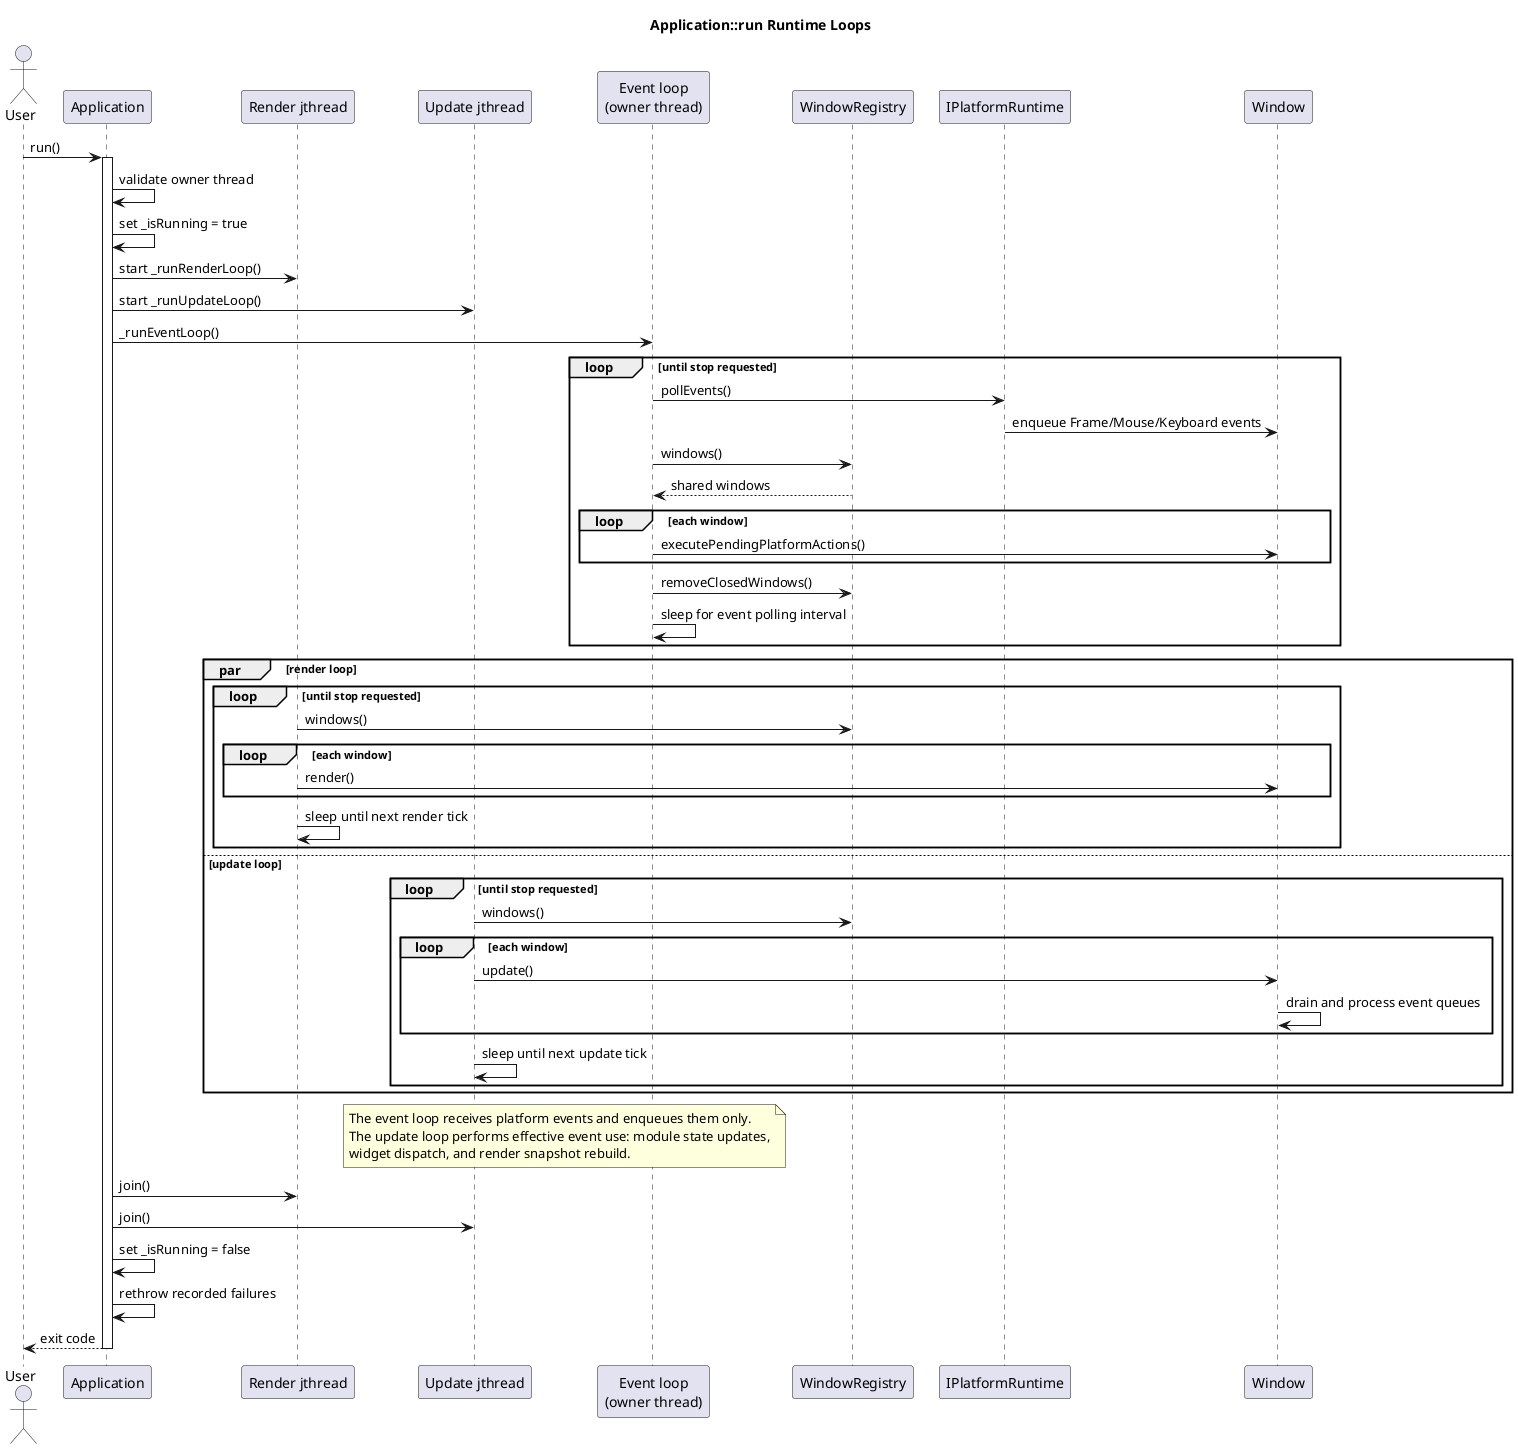
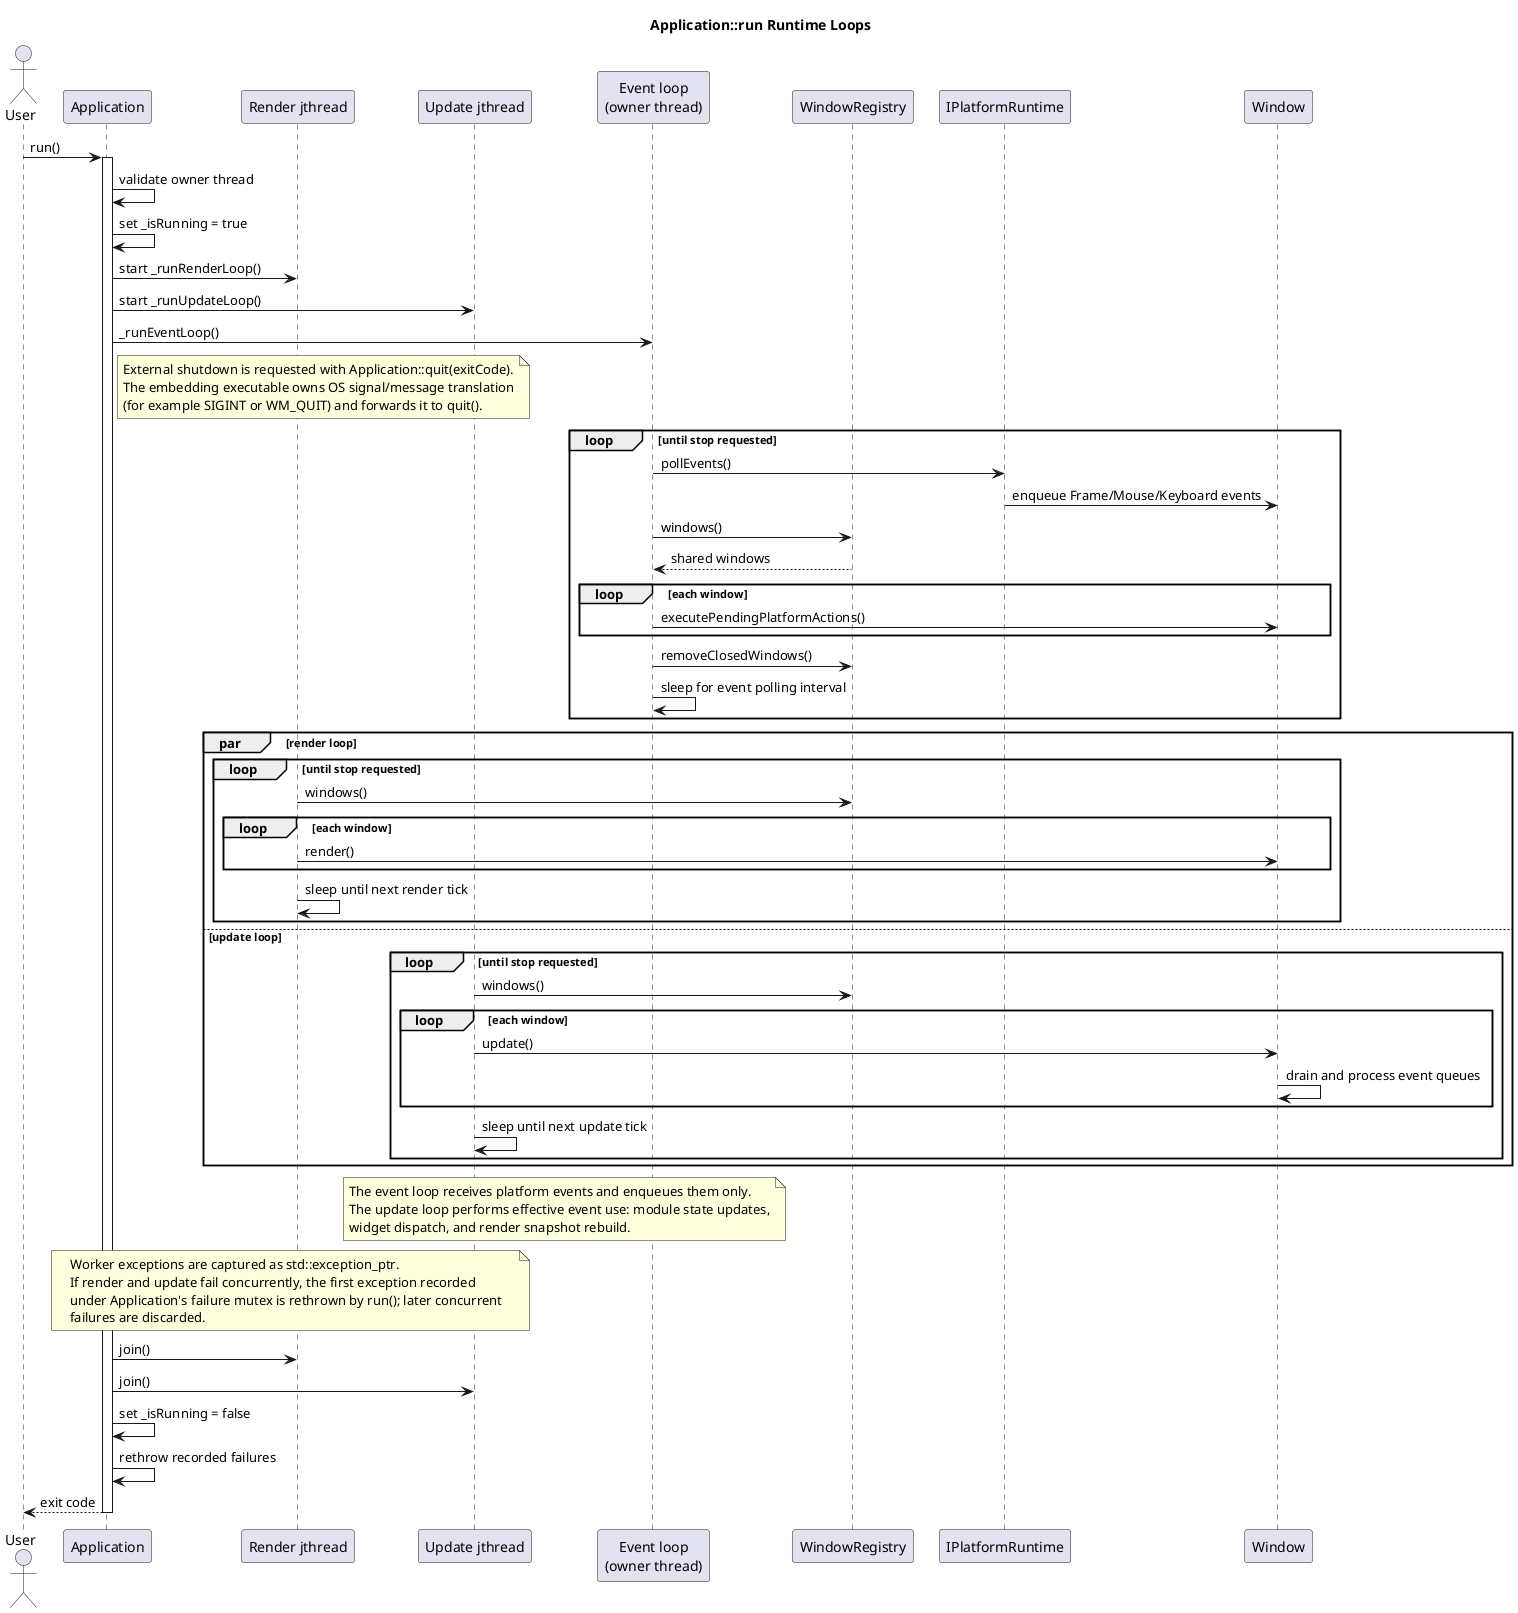
@startuml
title Application::run Runtime Loops

skinparam ParticipantPadding 8

actor User
participant "Application" as App
participant "Render jthread" as RenderThread
participant "Update jthread" as UpdateThread
participant "Event loop\n(owner thread)" as EventLoop
participant "WindowRegistry" as Registry
participant "IPlatformRuntime" as Platform
participant "Window" as Window

User -> App : run()
activate App
App -> App : validate owner thread
App -> App : set _isRunning = true
App -> RenderThread : start _runRenderLoop()
App -> UpdateThread : start _runUpdateLoop()
App -> EventLoop : _runEventLoop()
+ 
+ note right of App
+ External shutdown is requested with Application::quit(exitCode).
+ The embedding executable owns OS signal/message translation
+ (for example SIGINT or WM_QUIT) and forwards it to quit().
+ end note

loop until stop requested
	EventLoop -> Platform : pollEvents()
	Platform -> Window : enqueue Frame/Mouse/Keyboard events
	EventLoop -> Registry : windows()
	Registry --> EventLoop : shared windows
	loop each window
		EventLoop -> Window : executePendingPlatformActions()
	end
	EventLoop -> Registry : removeClosedWindows()
	EventLoop -> EventLoop : sleep for event polling interval
end

par render loop
	loop until stop requested
		RenderThread -> Registry : windows()
		loop each window
			RenderThread -> Window : render()
		end
		RenderThread -> RenderThread : sleep until next render tick
	end
else update loop
	loop until stop requested
		UpdateThread -> Registry : windows()
		loop each window
			UpdateThread -> Window : update()
			Window -> Window : drain and process event queues
		end
		UpdateThread -> UpdateThread : sleep until next update tick
	end
end

note over EventLoop,UpdateThread
The event loop receives platform events and enqueues them only.
The update loop performs effective event use: module state updates,
widget dispatch, and render snapshot rebuild.
end note

+ note over App,UpdateThread
+ Worker exceptions are captured as std::exception_ptr.
+ If render and update fail concurrently, the first exception recorded
+ under Application's failure mutex is rethrown by run(); later concurrent
+ failures are discarded.
+ end note
+ 
App -> RenderThread : join()
App -> UpdateThread : join()
App -> App : set _isRunning = false
App -> App : rethrow recorded failures
App --> User : exit code
deactivate App

@enduml
